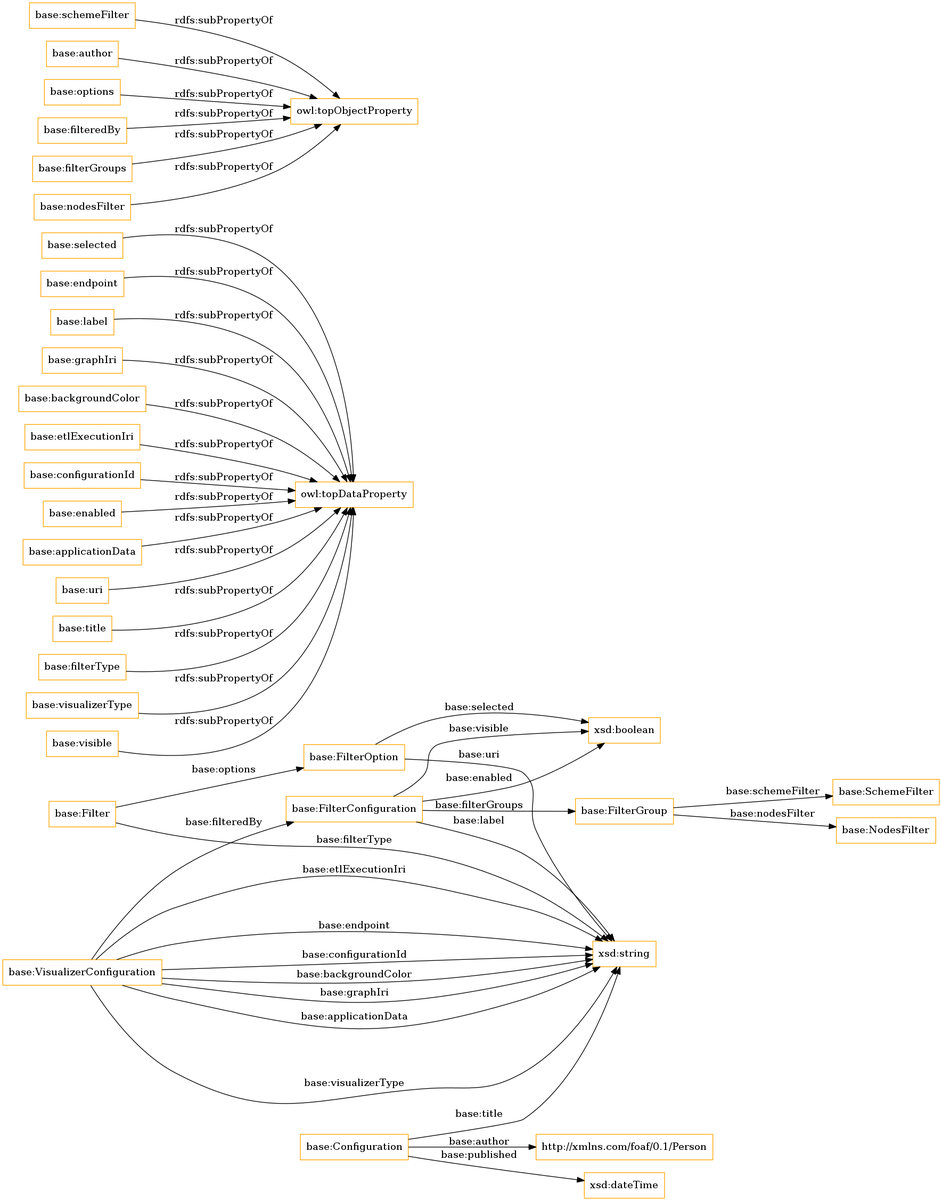
This is OnToology/lpapps.owl/diagrams/ar2dtool-class/lpapps.owl.png from OnToologyUser/linkedpipes_applications_ontology, a Graphviz export, as it was before one commit. Its source is kept beside it as OnToology/lpapps.owl/diagrams/ar2dtool-class/lpapps.owl.png.dot.
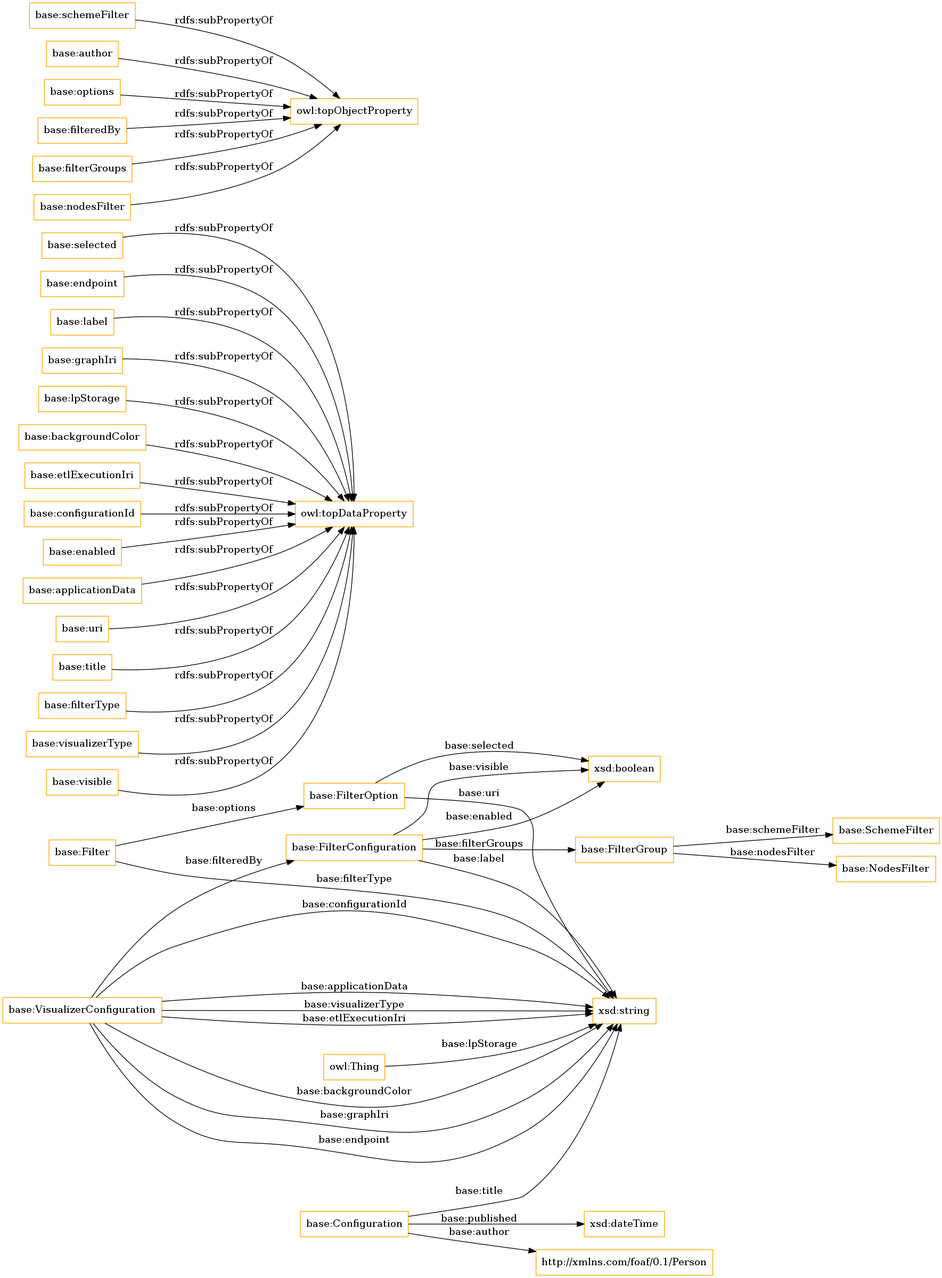
Above is the later version.

Change to the diagram source:
```diff
@@ -9,6 +9,7 @@
 	"base:label" -> "owl:topDataProperty" [ label = "rdfs:subPropertyOf" ];
 	"base:graphIri" -> "owl:topDataProperty" [ label = "rdfs:subPropertyOf" ];
 	"base:options" -> "owl:topObjectProperty" [ label = "rdfs:subPropertyOf" ];
+	"base:lpStorage" -> "owl:topDataProperty" [ label = "rdfs:subPropertyOf" ];
 	"base:filteredBy" -> "owl:topObjectProperty" [ label = "rdfs:subPropertyOf" ];
 	"base:filterGroups" -> "owl:topObjectProperty" [ label = "rdfs:subPropertyOf" ];
 	"base:backgroundColor" -> "owl:topDataProperty" [ label = "rdfs:subPropertyOf" ];
@@ -22,6 +23,7 @@
 	"base:filterType" -> "owl:topDataProperty" [ label = "rdfs:subPropertyOf" ];
 	"base:visualizerType" -> "owl:topDataProperty" [ label = "rdfs:subPropertyOf" ];
 	"base:visible" -> "owl:topDataProperty" [ label = "rdfs:subPropertyOf" ];
+	"owl:Thing" -> "xsd:string" [ label = "base:lpStorage" ];
 	"base:VisualizerConfiguration" -> "base:FilterConfiguration" [ label = "base:filteredBy" ];
 	"base:FilterOption" -> "xsd:string" [ label = "base:uri" ];
 	"base:VisualizerConfiguration" -> "xsd:string" [ label = "base:backgroundColor" ];
```
